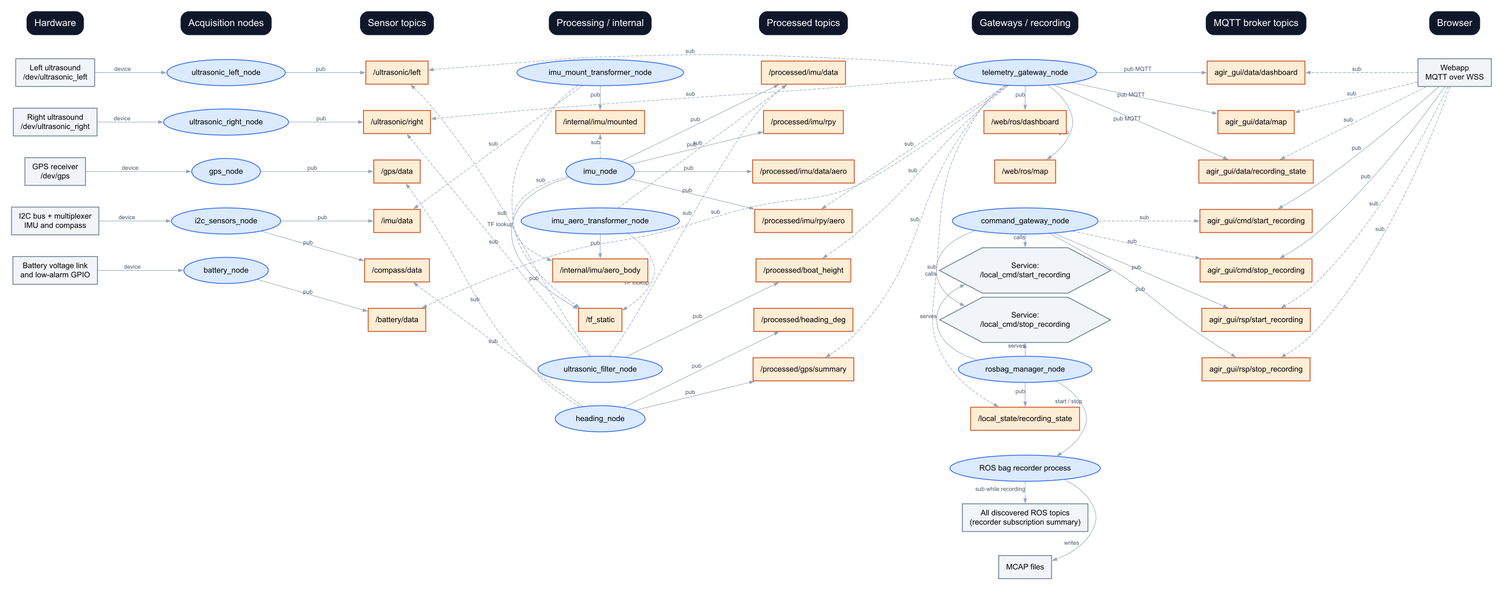
The Graphviz diagram docs/architecture/live-architecture.png in agirsailing/sailing_ros, before a commit. Its source is kept beside it as docs/architecture/live-architecture.dot.
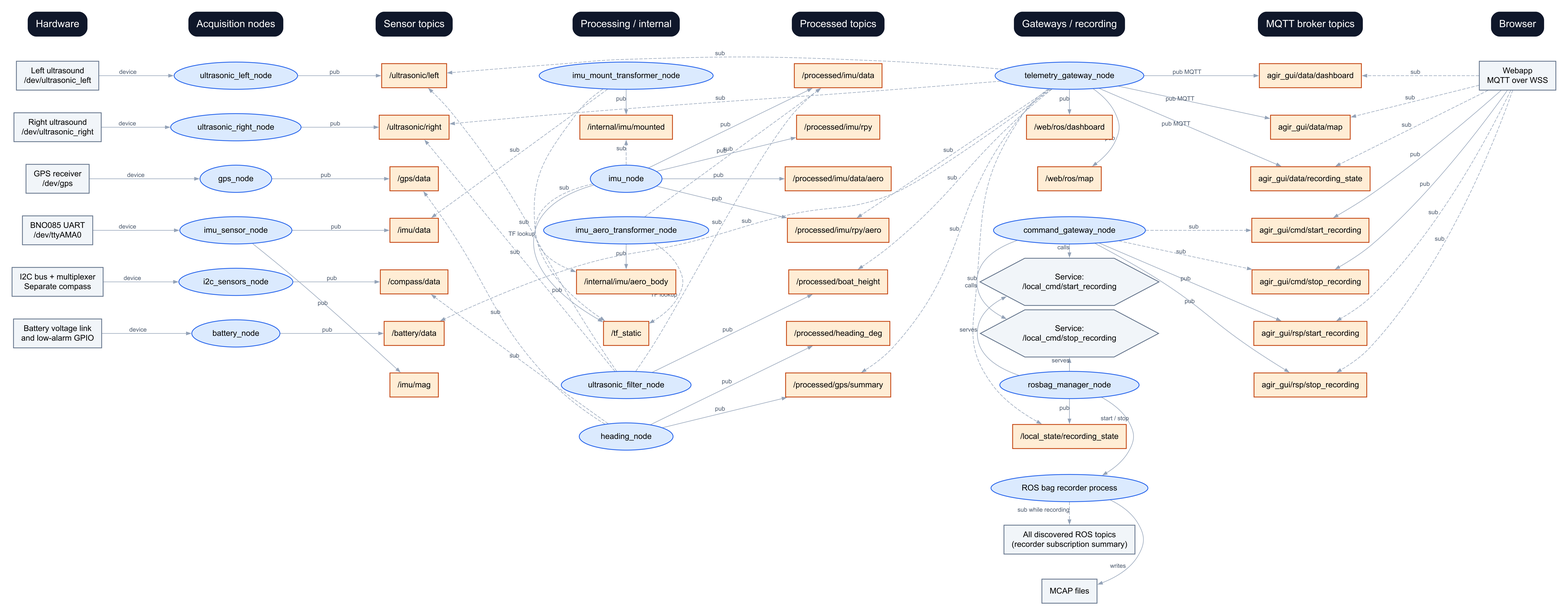
After the commit.

The edit, as a diff of the source:
```diff
@@ -5,19 +5,22 @@
 UL [pos="0,-1.07!", pin=true, label="Left ultrasound\n/dev/ultrasonic_left", shape=box, style=filled, color="#64748b", fillcolor="#f1f5f9"];
 UR [pos="0,-2.14!", pin=true, label="Right ultrasound\n/dev/ultrasonic_right", shape=box, style=filled, color="#64748b", fillcolor="#f1f5f9"];
 GPS [pos="0,-3.21!", pin=true, label="GPS receiver\n/dev/gps", shape=box, style=filled, color="#64748b", fillcolor="#f1f5f9"];
-BUS [pos="0,-4.28!", pin=true, label="I2C bus + multiplexer\nIMU and compass", shape=box, style=filled, color="#64748b", fillcolor="#f1f5f9"];
-BAT [pos="0,-5.3500000000000005!", pin=true, label="Battery voltage link\nand low-alarm GPIO", shape=box, style=filled, color="#64748b", fillcolor="#f1f5f9"];
+BNO [pos="0,-4.28!", pin=true, label="BNO085 UART\n/dev/ttyAMA0", shape=box, style=filled, color="#64748b", fillcolor="#f1f5f9"];
+BUS [pos="0,-5.35!", pin=true, label="I2C bus + multiplexer\nSeparate compass", shape=box, style=filled, color="#64748b", fillcolor="#f1f5f9"];
+BAT [pos="0,-6.42!", pin=true, label="Battery voltage link\nand low-alarm GPIO", shape=box, style=filled, color="#64748b", fillcolor="#f1f5f9"];
 LN [pos="3.7,-1.07!", pin=true, label="ultrasonic_left_node", shape=ellipse, style=filled, color="#2563eb", fillcolor="#dbeafe"];
 RN [pos="3.7,-2.14!", pin=true, label="ultrasonic_right_node", shape=ellipse, style=filled, color="#2563eb", fillcolor="#dbeafe"];
 GN [pos="3.7,-3.21!", pin=true, label="gps_node", shape=ellipse, style=filled, color="#2563eb", fillcolor="#dbeafe"];
-IN [pos="3.7,-4.28!", pin=true, label="i2c_sensors_node", shape=ellipse, style=filled, color="#2563eb", fillcolor="#dbeafe"];
-BN [pos="3.7,-5.3500000000000005!", pin=true, label="battery_node", shape=ellipse, style=filled, color="#2563eb", fillcolor="#dbeafe"];
+IMUN [pos="3.7,-4.28!", pin=true, label="imu_sensor_node", shape=ellipse, style=filled, color="#2563eb", fillcolor="#dbeafe"];
+IN [pos="3.7,-5.35!", pin=true, label="i2c_sensors_node", shape=ellipse, style=filled, color="#2563eb", fillcolor="#dbeafe"];
+BN [pos="3.7,-6.42!", pin=true, label="battery_node", shape=ellipse, style=filled, color="#2563eb", fillcolor="#dbeafe"];
 TL [pos="7.4,-1.07!", pin=true, label="/ultrasonic/left", shape=box, style=filled, color="#c2410c", fillcolor="#ffedd5"];
 TR [pos="7.4,-2.14!", pin=true, label="/ultrasonic/right", shape=box, style=filled, color="#c2410c", fillcolor="#ffedd5"];
 GPSRAW [pos="7.4,-3.21!", pin=true, label="/gps/data", shape=box, style=filled, color="#c2410c", fillcolor="#ffedd5"];
 TI [pos="7.4,-4.28!", pin=true, label="/imu/data", shape=box, style=filled, color="#c2410c", fillcolor="#ffedd5"];
 TC [pos="7.4,-5.3500000000000005!", pin=true, label="/compass/data", shape=box, style=filled, color="#c2410c", fillcolor="#ffedd5"];
 TB [pos="7.4,-6.42!", pin=true, label="/battery/data", shape=box, style=filled, color="#c2410c", fillcolor="#ffedd5"];
+MAG [pos="7.4,-7.49!", pin=true, label="/imu/mag", shape=box, style=filled, color="#c2410c", fillcolor="#ffedd5"];
 MT [pos="11.8,-1.07!", pin=true, label="imu_mount_transformer_node", shape=ellipse, style=filled, color="#2563eb", fillcolor="#dbeafe"];
 MOUNT [pos="11.8,-2.14!", pin=true, label="/internal/imu/mounted", shape=box, style=filled, color="#c2410c", fillcolor="#ffedd5"];
 IMU [pos="11.8,-3.21!", pin=true, label="imu_node", shape=ellipse, style=filled, color="#2563eb", fillcolor="#dbeafe"];
@@ -68,7 +71,9 @@
 LN -> TL [label="pub", style=solid];
 RN -> TR [label="pub", style=solid];
 GN -> GPSRAW [label="pub", style=solid];
-IN -> TI [label="pub", style=solid];
+BNO -> IMUN [label="device", style=solid];
+IMUN -> TI [label="pub", style=solid];
+IMUN -> MAG [label="pub", style=solid];
 IN -> TC [label="pub", style=solid];
 BN -> TB [label="pub", style=solid];
 MT -> TI [label="sub", style=dashed];
```
